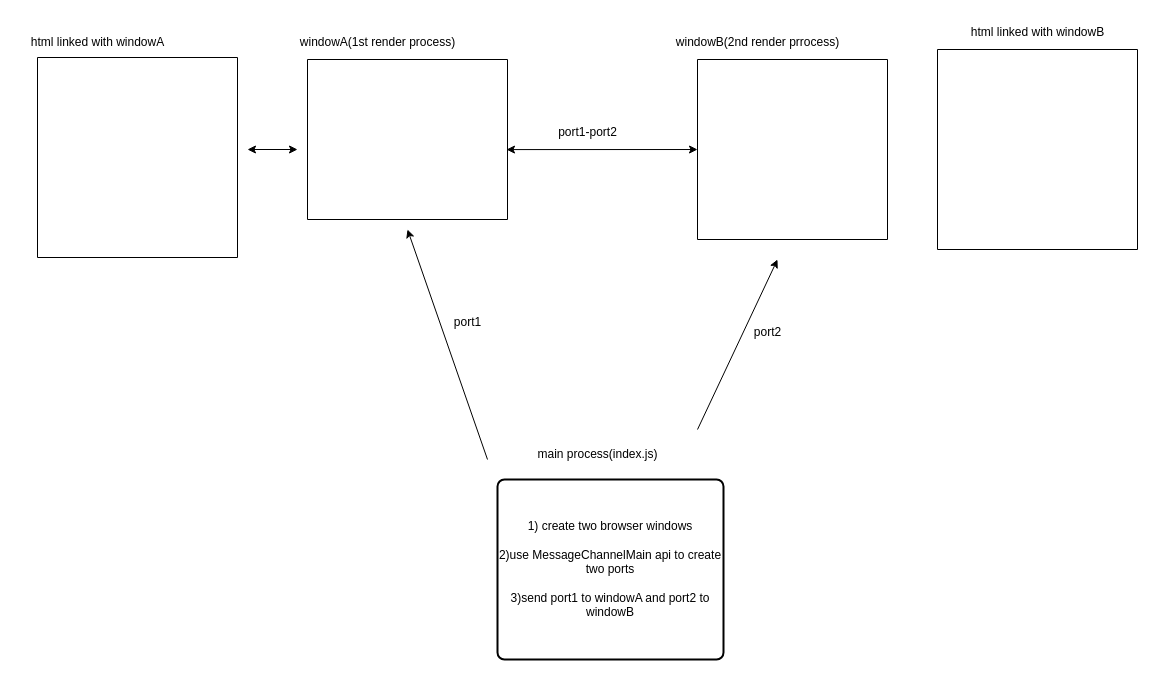
Before: Untitled Diagram.drawio in Bhavish77/flow, a draw.io diagram. Source tidied: cells renumbered, new cells numbered last; positions are measured from the earlier drawing's top-left corner, leaving out a move shared by most shapes. Both pictures are drawn from the tidied source at 100%, with x=0, y=0 at pixel (17, 17).
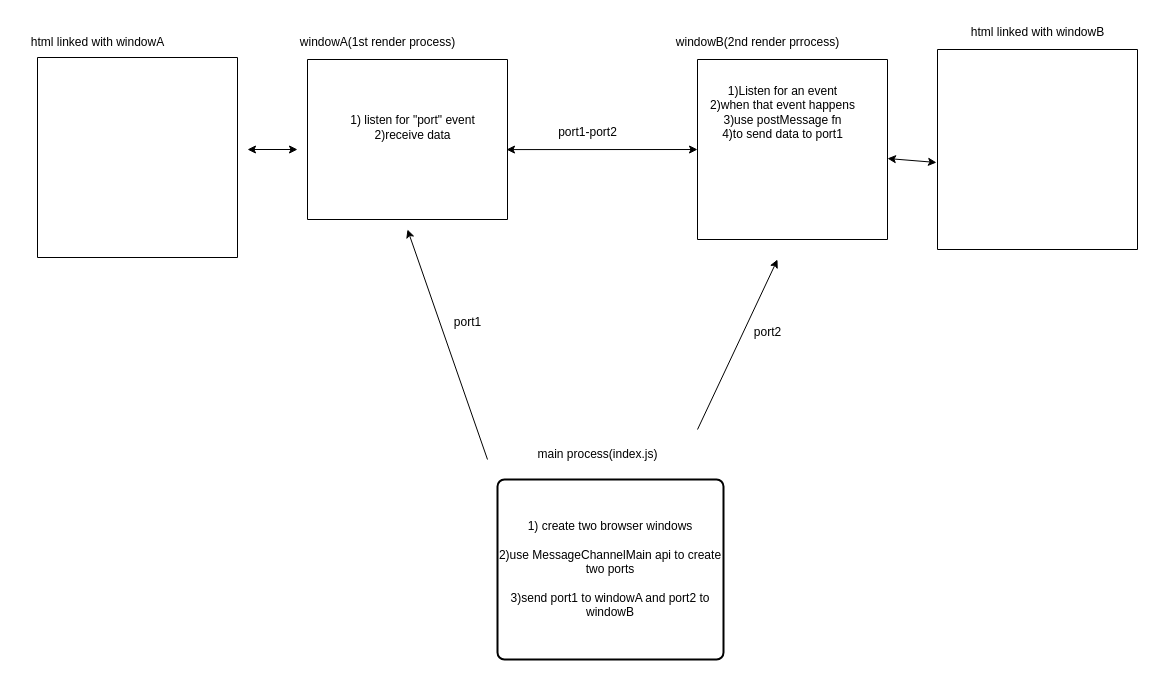
The same diagram, later.

Unchanged cells that the change refers to:
```xml
<mxCell id="8" style="swimlane;startSize=0;" parent="1" vertex="1">
  <mxGeometry x="290" y="42" width="200" height="160" as="geometry" />
</mxCell>
<mxCell id="9" style="swimlane;startSize=0;" parent="1" vertex="1">
  <mxGeometry x="680" y="42" width="190" height="180" as="geometry" />
</mxCell>
<mxCell id="14" style="swimlane;startSize=0;" parent="1" vertex="1">
  <mxGeometry x="920" y="32" width="200" height="200" as="geometry" />
</mxCell>
```

The edit, as a diff of the source:
```diff
@@
+    <mxCell id="19" value="1) listen for &quot;port&quot; event&lt;br&gt;2)receive data" style="text;html=1;align=center;verticalAlign=middle;strokeColor=none;fillColor=none;" parent="8" vertex="1">
+      <mxGeometry x="30" y="48" width="150" height="40" as="geometry" />
+    </mxCell>
@@
+    <mxCell id="20" value="1)Listen for an event&lt;br&gt;2)when that event happens&lt;br&gt;3)use postMessage fn&lt;br&gt;4)to send data to port1" style="text;html=1;align=center;verticalAlign=middle;strokeColor=none;fillColor=none;" parent="9" vertex="1">
+      <mxGeometry y="18" width="170" height="70" as="geometry" />
+    </mxCell>
@@
+    <mxCell id="21" style="endArrow=classic;startArrow=classic;html=1;rounded=0;entryX=-0.005;entryY=0.565;entryDx=0;entryDy=0;entryPerimeter=0;exitX=1;exitY=0.55;exitDx=0;exitDy=0;exitPerimeter=0;" parent="1" edge="1" source="9" target="14">
+      <mxGeometry relative="1" as="geometry" />
+    </mxCell>
```
